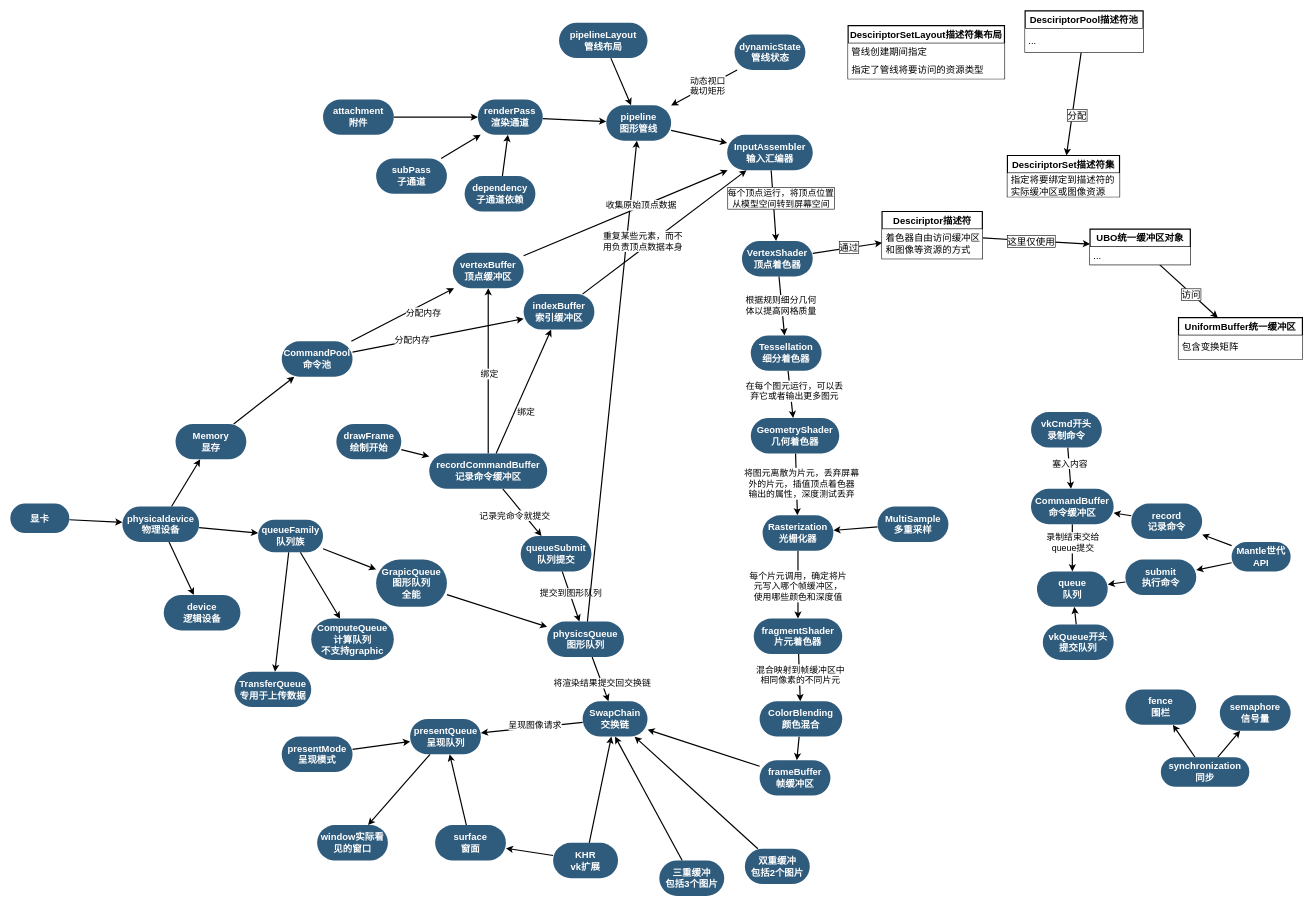
Before: LearningVulkan/LearningVulkan/vulkan.drawio in unphics/vulkan_tutorial_note, a draw.io diagram. Source tidied: cells renumbered, new cells numbered last; positions are measured from the earlier drawing's top-left corner, leaving out a move shared by most shapes. Both pictures are drawn from the tidied source at 59%, with x=0, y=0 at pixel (10, 11).
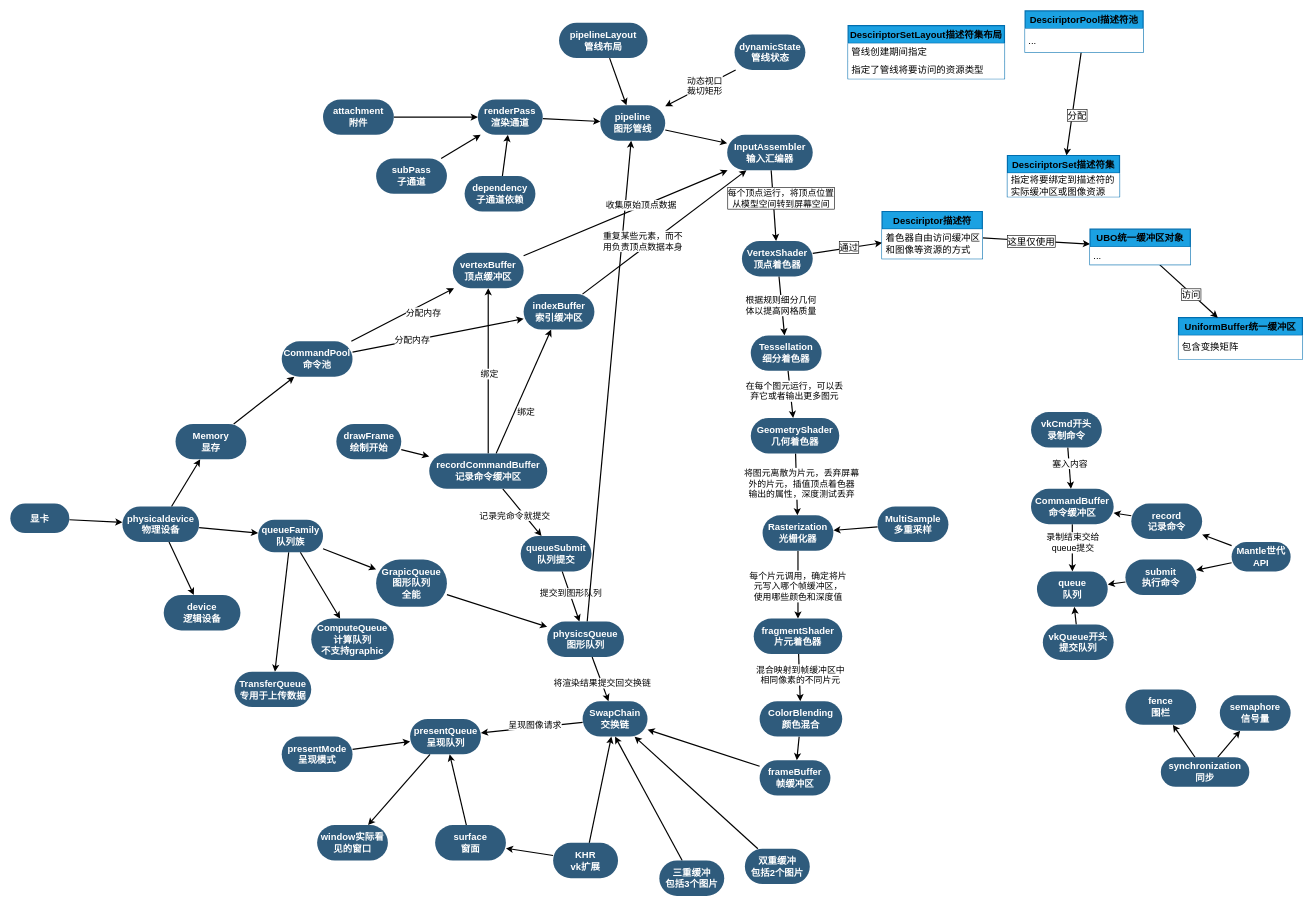
The same page after the edit.

What changed in the source:
```diff
@@
     <mxCell id="40" value="pipeline&lt;br&gt;图形管线" style="whiteSpace=wrap;html=1;fontSize=16;fillColor=#2F5B7C;strokeColor=none;fontColor=#FFFFFF;rounded=1;shadow=0;labelBackgroundColor=none;strokeWidth=3;fontStyle=1;spacing=5;arcSize=50;" parent="1" vertex="1">
-      <mxGeometry x="1010" y="160" width="110" height="60" as="geometry" />
+      <mxGeometry x="1000" y="160" width="110" height="60" as="geometry" />
     </mxCell>
@@
-    <mxCell id="127" value="&lt;font color=&quot;#000000&quot;&gt;Desciriptor描述符&lt;/font&gt;" style="swimlane;fontStyle=1;horizontal=1;startSize=30;rounded=0;shadow=0;glass=0;sketch=0;strokeWidth=2;fillColor=#FFFFFF;fontColor=#FFFFFF;fontSize=16;html=1;whiteSpace=wrap;" parent="1" vertex="1">
+    <mxCell id="127" value="&lt;font color=&quot;#000000&quot;&gt;Desciriptor描述符&lt;/font&gt;" style="swimlane;fontStyle=1;horizontal=1;startSize=30;rounded=0;shadow=0;glass=0;sketch=0;strokeWidth=2;fillColor=#1ba1e2;fontColor=#ffffff;fontSize=16;html=1;whiteSpace=wrap;strokeColor=#006EAF;" parent="1" vertex="1">
       <mxGeometry x="1477.5" y="340" width="170" height="80" as="geometry" />
     </mxCell>
@@
-    <mxCell id="129" value="&lt;font color=&quot;#000000&quot;&gt;UniformBuffer统一缓冲区&lt;/font&gt;" style="swimlane;fontStyle=1;horizontal=1;startSize=30;rounded=0;shadow=0;glass=0;sketch=0;strokeWidth=2;fillColor=#FFFFFF;fontColor=#FFFFFF;fontSize=16;html=1;whiteSpace=wrap;" parent="1" vertex="1">
+    <mxCell id="129" value="&lt;font color=&quot;#000000&quot;&gt;UniformBuffer统一缓冲区&lt;/font&gt;" style="swimlane;fontStyle=1;horizontal=1;startSize=30;rounded=0;shadow=0;glass=0;sketch=0;strokeWidth=2;fillColor=#1ba1e2;fontColor=#ffffff;fontSize=16;html=1;whiteSpace=wrap;strokeColor=#006EAF;" parent="1" vertex="1">
       <mxGeometry x="1980" y="520" width="210" height="70" as="geometry" />
     </mxCell>
@@
-    <mxCell id="131" value="&lt;font color=&quot;#000000&quot;&gt;DesciriptorSetLayout描述符集布局&lt;/font&gt;" style="swimlane;fontStyle=1;horizontal=1;startSize=30;rounded=0;shadow=0;glass=0;sketch=0;strokeWidth=2;fillColor=#FFFFFF;fontColor=#FFFFFF;fontSize=16;html=1;whiteSpace=wrap;" parent="1" vertex="1">
+    <mxCell id="131" value="&lt;font color=&quot;#000000&quot;&gt;DesciriptorSetLayout描述符集布局&lt;/font&gt;" style="swimlane;fontStyle=1;horizontal=1;startSize=30;rounded=0;shadow=0;glass=0;sketch=0;strokeWidth=2;fillColor=#1ba1e2;fontColor=#ffffff;fontSize=16;html=1;whiteSpace=wrap;strokeColor=#006EAF;" parent="1" vertex="1">
       <mxGeometry x="1420" y="25" width="265" height="90" as="geometry" />
     </mxCell>
@@
-    <mxCell id="136" value="&lt;font color=&quot;#000000&quot;&gt;DesciriptorPool描述符池&lt;/font&gt;" style="swimlane;fontStyle=1;horizontal=1;startSize=30;rounded=0;shadow=0;glass=0;sketch=0;strokeWidth=2;fillColor=#FFFFFF;fontColor=#FFFFFF;fontSize=16;html=1;whiteSpace=wrap;" parent="1" vertex="1">
+    <mxCell id="136" value="&lt;font color=&quot;#000000&quot;&gt;DesciriptorPool描述符池&lt;/font&gt;" style="swimlane;fontStyle=1;horizontal=1;startSize=30;rounded=0;shadow=0;glass=0;sketch=0;strokeWidth=2;fillColor=#1ba1e2;fontColor=#ffffff;fontSize=16;html=1;whiteSpace=wrap;strokeColor=#006EAF;" parent="1" vertex="1">
       <mxGeometry x="1720" width="200" height="70" as="geometry" />
     </mxCell>
@@
-    <mxCell id="138" value="&lt;font color=&quot;#000000&quot;&gt;DesciriptorSet描述符集&lt;/font&gt;" style="swimlane;fontStyle=1;horizontal=1;startSize=30;rounded=0;shadow=0;glass=0;sketch=0;strokeWidth=2;fillColor=#FFFFFF;fontColor=#FFFFFF;fontSize=16;html=1;whiteSpace=wrap;" parent="1" vertex="1">
+    <mxCell id="138" value="&lt;font color=&quot;#000000&quot;&gt;DesciriptorSet描述符集&lt;/font&gt;" style="swimlane;fontStyle=1;horizontal=1;startSize=30;rounded=0;shadow=0;glass=0;sketch=0;strokeWidth=2;fillColor=#1ba1e2;fontColor=#ffffff;fontSize=16;html=1;whiteSpace=wrap;strokeColor=#006EAF;" parent="1" vertex="1">
       <mxGeometry x="1690" y="245" width="190" height="70" as="geometry" />
     </mxCell>
@@
-    <mxCell id="142" value="&lt;font color=&quot;#000000&quot;&gt;UBO统一缓冲区对象&lt;/font&gt;" style="swimlane;fontStyle=1;horizontal=1;startSize=30;rounded=0;shadow=0;glass=0;sketch=0;strokeWidth=2;fillColor=#FFFFFF;fontColor=#FFFFFF;fontSize=16;html=1;whiteSpace=wrap;" parent="1" vertex="1">
+    <mxCell id="142" value="&lt;font color=&quot;#000000&quot;&gt;UBO统一缓冲区对象&lt;/font&gt;" style="swimlane;fontStyle=1;horizontal=1;startSize=30;rounded=0;shadow=0;glass=0;sketch=0;strokeWidth=2;fillColor=#1ba1e2;fontColor=#ffffff;fontSize=16;html=1;whiteSpace=wrap;strokeColor=#006EAF;" parent="1" vertex="1">
       <mxGeometry x="1830" y="370" width="170" height="60" as="geometry" />
     </mxCell>
```
